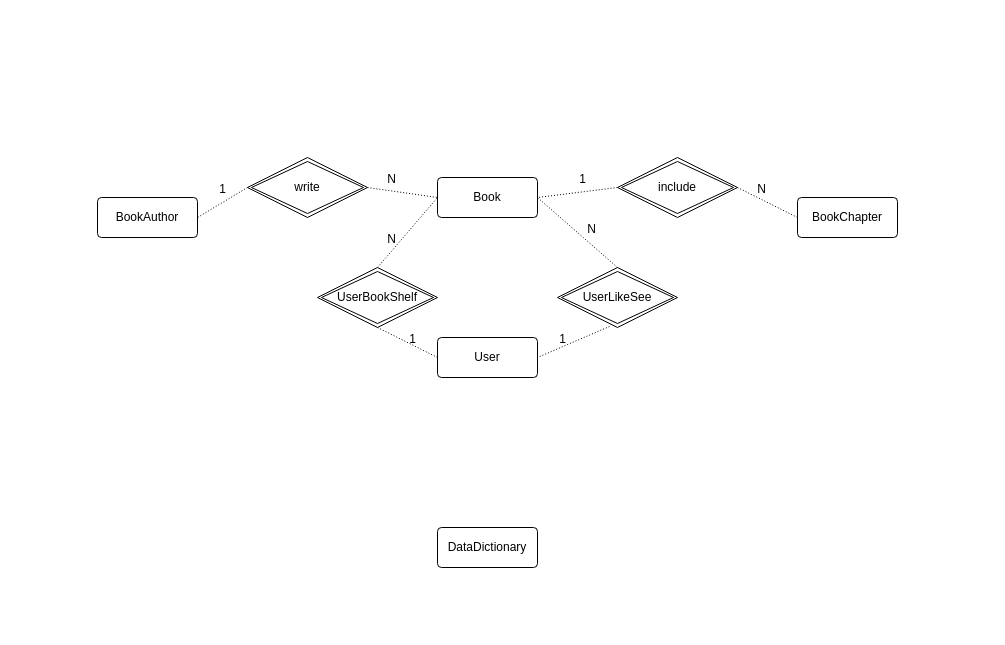
Above: 书与账户ER图.drawio in JanDavi/ostep-code (draw.io), before the change. Source tidied: cells renumbered, new cells numbered last; positions are measured from the earlier drawing's top-left corner, leaving out a move shared by most shapes. Both pictures are drawn from the tidied source at 100%, with x=0, y=0 at pixel (97, 157).
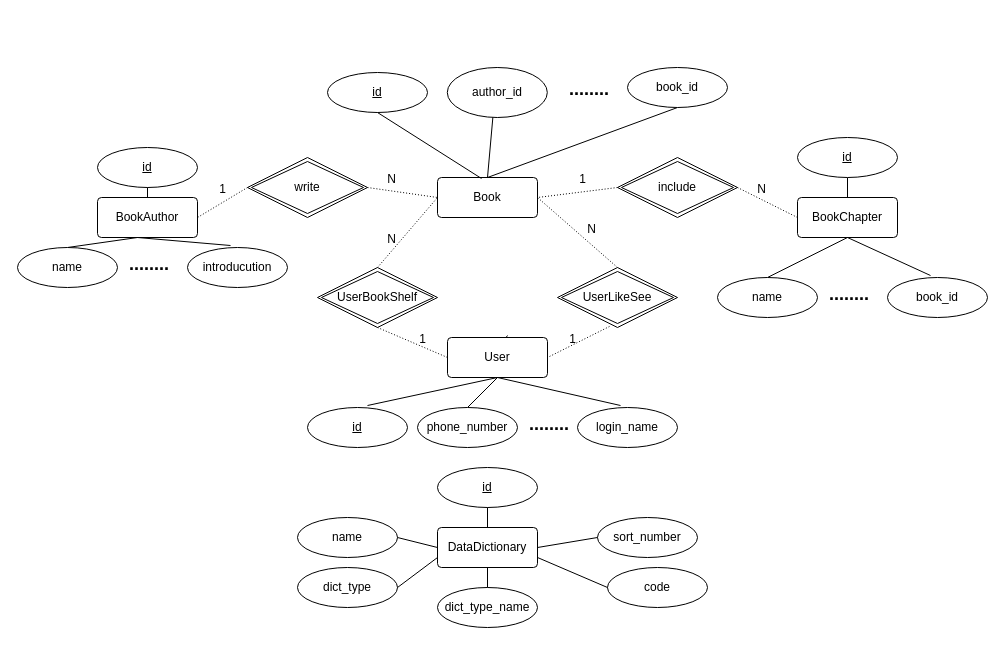
The same page after the edit.

Commit message (it also covers changes not shown here):
更新书与账户ER图.drawio

The change refers to these unchanged cells:
```xml
<mxCell id="2" value="DataDictionary" style="rounded=1;arcSize=10;whiteSpace=wrap;html=1;align=center;" parent="1" vertex="1">
  <mxGeometry x="340" y="370" width="100" height="40" as="geometry" />
</mxCell>
<mxCell id="4" value="BookChapter" style="rounded=1;arcSize=10;whiteSpace=wrap;html=1;align=center;" parent="1" vertex="1">
  <mxGeometry x="700" y="40" width="100" height="40" as="geometry" />
</mxCell>
<mxCell id="5" value="Book" style="rounded=1;arcSize=10;whiteSpace=wrap;html=1;align=center;" parent="1" vertex="1">
  <mxGeometry x="340" y="20" width="100" height="40" as="geometry" />
</mxCell>
<mxCell id="6" value="BookAuthor" style="rounded=1;arcSize=10;whiteSpace=wrap;html=1;align=center;" parent="1" vertex="1">
  <mxGeometry y="40" width="100" height="40" as="geometry" />
</mxCell>
```

What changed in the source:
```diff
@@
-    <mxCell id="3" value="User" style="rounded=1;arcSize=10;whiteSpace=wrap;html=1;align=center;" parent="1" vertex="1">
-      <mxGeometry x="340" y="180" width="100" height="40" as="geometry" />
-    </mxCell>
@@
+    <mxCell id="27" value="dict_type" style="ellipse;whiteSpace=wrap;html=1;align=center;" parent="1" vertex="1">
+      <mxGeometry x="200" y="410" width="100" height="40" as="geometry" />
+    </mxCell>
+    <mxCell id="28" value="id&lt;br&gt;" style="ellipse;whiteSpace=wrap;html=1;align=center;fontStyle=4;" parent="1" vertex="1">
+      <mxGeometry x="340" y="310" width="100" height="40" as="geometry" />
+    </mxCell>
+    <mxCell id="29" value="dict_type_name" style="ellipse;whiteSpace=wrap;html=1;align=center;" parent="1" vertex="1">
+      <mxGeometry x="340" y="430" width="100" height="40" as="geometry" />
+    </mxCell>
+    <mxCell id="30" value="code" style="ellipse;whiteSpace=wrap;html=1;align=center;" parent="1" vertex="1">
+      <mxGeometry x="510" y="410" width="100" height="40" as="geometry" />
+    </mxCell>
+    <mxCell id="31" value="name" style="ellipse;whiteSpace=wrap;html=1;align=center;" parent="1" vertex="1">
+      <mxGeometry x="200" y="360" width="100" height="40" as="geometry" />
+    </mxCell>
+    <mxCell id="32" value="sort_number" style="ellipse;whiteSpace=wrap;html=1;align=center;" parent="1" vertex="1">
+      <mxGeometry x="500" y="360" width="100" height="40" as="geometry" />
+    </mxCell>
+    <mxCell id="33" style="endArrow=none;html=1;rounded=0;exitX=0.6;exitY=-0.05;exitDx=0;exitDy=0;exitPerimeter=0;" parent="1" edge="1" source="3">
+      <mxGeometry relative="1" as="geometry">
+        <mxPoint x="380" y="220" as="targetPoint" />
+      </mxGeometry>
+    </mxCell>
+    <mxCell id="34" style="html=1;whiteSpace=wrap;align=right;verticalAlign=bottom;" parent="33" vertex="1">
+      <mxGeometry x="1" relative="1" as="geometry" />
+    </mxCell>
+    <mxCell id="35" style="endArrow=none;html=1;rounded=0;entryX=0;entryY=0.5;entryDx=0;entryDy=0;exitX=1;exitY=0.75;exitDx=0;exitDy=0;" parent="1" edge="1" source="2" target="30">
+      <mxGeometry relative="1" as="geometry" />
+    </mxCell>
+    <mxCell id="36" style="html=1;whiteSpace=wrap;align=left;verticalAlign=bottom;" parent="35" vertex="1">
+      <mxGeometry x="-1" relative="1" as="geometry" />
+    </mxCell>
+    <mxCell id="37" style="html=1;whiteSpace=wrap;align=right;verticalAlign=bottom;" parent="35" vertex="1">
+      <mxGeometry x="1" relative="1" as="geometry" />
+    </mxCell>
+    <mxCell id="38" style="endArrow=none;html=1;rounded=0;entryX=0;entryY=0.5;entryDx=0;entryDy=0;" parent="1" edge="1" target="2">
+      <mxGeometry relative="1" as="geometry">
+        <mxPoint x="300" y="380" as="sourcePoint" />
+      </mxGeometry>
+    </mxCell>
+    <mxCell id="39" style="html=1;whiteSpace=wrap;align=left;verticalAlign=bottom;" parent="38" vertex="1">
+      <mxGeometry x="-1" relative="1" as="geometry" />
+    </mxCell>
+    <mxCell id="40" style="html=1;whiteSpace=wrap;align=right;verticalAlign=bottom;" parent="38" vertex="1">
+      <mxGeometry x="1" relative="1" as="geometry" />
+    </mxCell>
+    <mxCell id="41" style="endArrow=none;html=1;rounded=0;entryX=0.5;entryY=0;entryDx=0;entryDy=0;exitX=0.5;exitY=1;exitDx=0;exitDy=0;" parent="1" edge="1" source="28" target="2">
+      <mxGeometry relative="1" as="geometry" />
+    </mxCell>
+    <mxCell id="42" style="html=1;whiteSpace=wrap;align=left;verticalAlign=bottom;" parent="41" vertex="1">
+      <mxGeometry x="-1" relative="1" as="geometry" />
+    </mxCell>
+    <mxCell id="43" style="html=1;whiteSpace=wrap;align=right;verticalAlign=bottom;" parent="41" vertex="1">
+      <mxGeometry x="1" relative="1" as="geometry" />
+    </mxCell>
+    <mxCell id="44" style="endArrow=none;html=1;rounded=0;entryX=0;entryY=0.5;entryDx=0;entryDy=0;exitX=1;exitY=0.5;exitDx=0;exitDy=0;" parent="1" edge="1" source="2" target="32">
+      <mxGeometry relative="1" as="geometry" />
+    </mxCell>
+    <mxCell id="45" style="html=1;whiteSpace=wrap;align=left;verticalAlign=bottom;" parent="44" vertex="1">
+      <mxGeometry x="-1" relative="1" as="geometry" />
+    </mxCell>
+    <mxCell id="46" style="html=1;whiteSpace=wrap;align=right;verticalAlign=bottom;" parent="44" vertex="1">
+      <mxGeometry x="1" relative="1" as="geometry" />
+    </mxCell>
+    <mxCell id="47" style="endArrow=none;html=1;rounded=0;entryX=1;entryY=0.5;entryDx=0;entryDy=0;exitX=0;exitY=0.75;exitDx=0;exitDy=0;" parent="1" edge="1" source="2" target="27">
+      <mxGeometry relative="1" as="geometry" />
+    </mxCell>
+    <mxCell id="48" style="html=1;whiteSpace=wrap;align=left;verticalAlign=bottom;" parent="47" vertex="1">
+      <mxGeometry x="-1" relative="1" as="geometry" />
+    </mxCell>
+    <mxCell id="49" style="html=1;whiteSpace=wrap;align=right;verticalAlign=bottom;" parent="47" vertex="1">
+      <mxGeometry x="1" relative="1" as="geometry" />
+    </mxCell>
+    <mxCell id="50" style="endArrow=none;html=1;rounded=0;entryX=0.5;entryY=0;entryDx=0;entryDy=0;" parent="1" edge="1" target="29">
+      <mxGeometry relative="1" as="geometry">
+        <mxPoint x="390" y="410" as="sourcePoint" />
+      </mxGeometry>
+    </mxCell>
+    <mxCell id="51" style="html=1;whiteSpace=wrap;align=left;verticalAlign=bottom;" parent="50" vertex="1">
+      <mxGeometry x="-1" relative="1" as="geometry" />
+    </mxCell>
+    <mxCell id="52" style="html=1;whiteSpace=wrap;align=right;verticalAlign=bottom;" parent="50" vertex="1">
+      <mxGeometry x="1" relative="1" as="geometry" />
+    </mxCell>
+    <mxCell id="53" value="id&lt;br&gt;" style="ellipse;whiteSpace=wrap;html=1;align=center;fontStyle=4;" parent="1" vertex="1">
+      <mxGeometry x="210" y="250" width="100" height="40" as="geometry" />
+    </mxCell>
+    <mxCell id="54" style="endArrow=none;html=1;rounded=0;exitX=0.5;exitY=0;exitDx=0;exitDy=0;entryX=0.5;entryY=1;entryDx=0;entryDy=0;" parent="1" edge="1" source="63" target="3">
+      <mxGeometry relative="1" as="geometry" />
+    </mxCell>
+    <mxCell id="55" style="html=1;whiteSpace=wrap;align=left;verticalAlign=bottom;" parent="54" vertex="1">
+      <mxGeometry x="-1" relative="1" as="geometry" />
+    </mxCell>
+    <mxCell id="56" style="html=1;whiteSpace=wrap;align=right;verticalAlign=bottom;" parent="54" vertex="1">
+      <mxGeometry x="1" relative="1" as="geometry" />
+    </mxCell>
+    <mxCell id="57" style="endArrow=none;html=1;rounded=0;exitX=0.5;exitY=1;exitDx=0;exitDy=0;entryX=0.43;entryY=-0.05;entryDx=0;entryDy=0;entryPerimeter=0;" parent="1" edge="1" source="3" target="64">
+      <mxGeometry relative="1" as="geometry" />
+    </mxCell>
+    <mxCell id="58" style="html=1;whiteSpace=wrap;align=left;verticalAlign=bottom;" parent="57" vertex="1">
+      <mxGeometry x="-1" relative="1" as="geometry" />
+    </mxCell>
+    <mxCell id="59" style="html=1;whiteSpace=wrap;align=right;verticalAlign=bottom;" parent="57" vertex="1">
+      <mxGeometry x="1" relative="1" as="geometry" />
+    </mxCell>
+    <mxCell id="60" style="endArrow=none;html=1;rounded=0;exitX=0.5;exitY=1;exitDx=0;exitDy=0;" parent="1" edge="1" source="101" target="4">
+      <mxGeometry relative="1" as="geometry" />
+    </mxCell>
+    <mxCell id="61" style="html=1;whiteSpace=wrap;align=left;verticalAlign=bottom;" parent="60" vertex="1">
+      <mxGeometry x="-1" relative="1" as="geometry" />
+    </mxCell>
+    <mxCell id="62" style="html=1;whiteSpace=wrap;align=right;verticalAlign=bottom;" parent="60" vertex="1">
+      <mxGeometry x="1" relative="1" as="geometry" />
+    </mxCell>
+    <mxCell id="63" value="phone_number" style="ellipse;whiteSpace=wrap;html=1;align=center;" parent="1" vertex="1">
+      <mxGeometry x="320" y="250" width="100" height="40" as="geometry" />
+    </mxCell>
+    <mxCell id="64" value="login_name" style="ellipse;whiteSpace=wrap;html=1;align=center;" parent="1" vertex="1">
+      <mxGeometry x="480" y="250" width="100" height="40" as="geometry" />
+    </mxCell>
+    <mxCell id="65" value="&lt;font style=&quot;font-size: 18px;&quot;&gt;&lt;b&gt;........&lt;/b&gt;&lt;/font&gt;" style="text;whiteSpace=wrap;html=1;" parent="1" vertex="1">
+      <mxGeometry x="430" y="250" width="40" height="10" as="geometry" />
+    </mxCell>
+    <mxCell id="66" style="endArrow=none;html=1;rounded=0;exitX=0.6;exitY=-0.05;exitDx=0;exitDy=0;exitPerimeter=0;entryX=0.5;entryY=1;entryDx=0;entryDy=0;" parent="1" edge="1" source="53" target="3">
+      <mxGeometry relative="1" as="geometry" />
+    </mxCell>
+    <mxCell id="67" style="html=1;whiteSpace=wrap;align=left;verticalAlign=bottom;" parent="66" vertex="1">
+      <mxGeometry x="-1" relative="1" as="geometry" />
+    </mxCell>
+    <mxCell id="3" value="User" style="rounded=1;arcSize=10;whiteSpace=wrap;html=1;align=center;" parent="1" vertex="1">
+      <mxGeometry x="350" y="180" width="100" height="40" as="geometry" />
+    </mxCell>
+    <mxCell id="68" style="html=1;whiteSpace=wrap;align=right;verticalAlign=bottom;" parent="1" vertex="1">
+      <mxGeometry x="179.8" y="140" as="geometry" />
+    </mxCell>
+    <mxCell id="69" value="id&lt;br&gt;" style="ellipse;whiteSpace=wrap;html=1;align=center;fontStyle=4;" parent="1" vertex="1">
+      <mxGeometry y="-10" width="100" height="40" as="geometry" />
+    </mxCell>
+    <mxCell id="70" style="endArrow=none;html=1;rounded=0;exitX=0.5;exitY=0;exitDx=0;exitDy=0;" parent="1" edge="1" source="76">
+      <mxGeometry relative="1" as="geometry">
+        <mxPoint x="40" y="80" as="targetPoint" />
+      </mxGeometry>
+    </mxCell>
+    <mxCell id="71" style="html=1;whiteSpace=wrap;align=left;verticalAlign=bottom;" parent="70" vertex="1">
+      <mxGeometry x="-1" relative="1" as="geometry" />
+    </mxCell>
+    <mxCell id="72" style="html=1;whiteSpace=wrap;align=right;verticalAlign=bottom;" parent="70" vertex="1">
+      <mxGeometry x="1" relative="1" as="geometry" />
+    </mxCell>
+    <mxCell id="73" style="endArrow=none;html=1;rounded=0;entryX=0.43;entryY=-0.05;entryDx=0;entryDy=0;entryPerimeter=0;" parent="1" edge="1" target="77">
+      <mxGeometry relative="1" as="geometry">
+        <mxPoint x="40" y="80" as="sourcePoint" />
+      </mxGeometry>
+    </mxCell>
+    <mxCell id="74" style="html=1;whiteSpace=wrap;align=left;verticalAlign=bottom;" parent="73" vertex="1">
+      <mxGeometry x="-1" relative="1" as="geometry" />
+    </mxCell>
+    <mxCell id="75" style="html=1;whiteSpace=wrap;align=right;verticalAlign=bottom;" parent="73" vertex="1">
+      <mxGeometry x="1" relative="1" as="geometry" />
+    </mxCell>
+    <mxCell id="76" value="name" style="ellipse;whiteSpace=wrap;html=1;align=center;" parent="1" vertex="1">
+      <mxGeometry x="-80" y="90" width="100" height="40" as="geometry" />
+    </mxCell>
+    <mxCell id="77" value="introducution" style="ellipse;whiteSpace=wrap;html=1;align=center;" parent="1" vertex="1">
+      <mxGeometry x="90" y="90" width="100" height="40" as="geometry" />
+    </mxCell>
+    <mxCell id="78" style="endArrow=none;html=1;rounded=0;exitX=0.5;exitY=1;exitDx=0;exitDy=0;entryX=0.5;entryY=0;entryDx=0;entryDy=0;" parent="1" edge="1" source="69" target="6">
+      <mxGeometry relative="1" as="geometry" />
+    </mxCell>
+    <mxCell id="79" style="html=1;whiteSpace=wrap;align=left;verticalAlign=bottom;" parent="78" vertex="1">
+      <mxGeometry x="-1" relative="1" as="geometry" />
+    </mxCell>
+    <mxCell id="80" style="html=1;whiteSpace=wrap;align=right;verticalAlign=bottom;" parent="1" vertex="1">
+      <mxGeometry x="449.8" y="-139.7" as="geometry" />
+    </mxCell>
+    <mxCell id="81" value="id&lt;br&gt;" style="ellipse;whiteSpace=wrap;html=1;align=center;fontStyle=4;" parent="1" vertex="1">
+      <mxGeometry x="230" y="-85" width="100" height="40" as="geometry" />
+    </mxCell>
+    <mxCell id="82" style="endArrow=none;html=1;rounded=0;exitX=0.5;exitY=0;exitDx=0;exitDy=0;" parent="1" edge="1" source="88">
+      <mxGeometry relative="1" as="geometry">
+        <mxPoint x="390" y="20" as="targetPoint" />
+      </mxGeometry>
+    </mxCell>
+    <mxCell id="83" style="html=1;whiteSpace=wrap;align=left;verticalAlign=bottom;" parent="82" vertex="1">
+      <mxGeometry x="-1" relative="1" as="geometry" />
+    </mxCell>
+    <mxCell id="84" style="html=1;whiteSpace=wrap;align=right;verticalAlign=bottom;" parent="82" vertex="1">
+      <mxGeometry x="1" relative="1" as="geometry" />
+    </mxCell>
+    <mxCell id="85" style="endArrow=none;html=1;rounded=0;exitX=0.5;exitY=0;exitDx=0;exitDy=0;entryX=0.5;entryY=1;entryDx=0;entryDy=0;" parent="1" edge="1" source="5" target="89">
+      <mxGeometry relative="1" as="geometry" />
+    </mxCell>
+    <mxCell id="86" style="html=1;whiteSpace=wrap;align=left;verticalAlign=bottom;" parent="85" vertex="1">
+      <mxGeometry x="-1" relative="1" as="geometry" />
+    </mxCell>
+    <mxCell id="87" style="html=1;whiteSpace=wrap;align=right;verticalAlign=bottom;" parent="85" vertex="1">
+      <mxGeometry x="1" relative="1" as="geometry" />
+    </mxCell>
+    <mxCell id="88" value="author_id" style="ellipse;whiteSpace=wrap;html=1;align=center;" parent="1" vertex="1">
+      <mxGeometry x="349.8" y="-90" width="100" height="50" as="geometry" />
+    </mxCell>
+    <mxCell id="89" value="book_id" style="ellipse;whiteSpace=wrap;html=1;align=center;" parent="1" vertex="1">
+      <mxGeometry x="530" y="-90" width="100" height="40" as="geometry" />
+    </mxCell>
+    <mxCell id="90" value="&lt;font style=&quot;font-size: 18px;&quot;&gt;&lt;b&gt;........&lt;/b&gt;&lt;/font&gt;" style="text;whiteSpace=wrap;html=1;" parent="1" vertex="1">
+      <mxGeometry x="470" y="-85" width="40" height="10" as="geometry" />
+    </mxCell>
+    <mxCell id="91" style="endArrow=none;html=1;rounded=0;exitX=0.5;exitY=1;exitDx=0;exitDy=0;entryX=0.44;entryY=0.025;entryDx=0;entryDy=0;entryPerimeter=0;" parent="1" edge="1" source="81" target="5">
+      <mxGeometry relative="1" as="geometry" />
+    </mxCell>
+    <mxCell id="92" style="html=1;whiteSpace=wrap;align=left;verticalAlign=bottom;" parent="91" vertex="1">
+      <mxGeometry x="-1" relative="1" as="geometry" />
+    </mxCell>
+    <mxCell id="93" style="endArrow=none;html=1;rounded=0;exitX=0.5;exitY=0;exitDx=0;exitDy=0;entryX=0.5;entryY=1;entryDx=0;entryDy=0;" parent="1" edge="1" source="99" target="4">
+      <mxGeometry relative="1" as="geometry" />
+    </mxCell>
+    <mxCell id="94" style="html=1;whiteSpace=wrap;align=left;verticalAlign=bottom;" parent="93" vertex="1">
+      <mxGeometry x="-1" relative="1" as="geometry" />
+    </mxCell>
+    <mxCell id="95" style="html=1;whiteSpace=wrap;align=right;verticalAlign=bottom;" parent="93" vertex="1">
+      <mxGeometry x="1" relative="1" as="geometry" />
+    </mxCell>
+    <mxCell id="96" style="endArrow=none;html=1;rounded=0;entryX=0.43;entryY=-0.05;entryDx=0;entryDy=0;entryPerimeter=0;exitX=0.5;exitY=1;exitDx=0;exitDy=0;" parent="1" edge="1" source="4" target="100">
+      <mxGeometry relative="1" as="geometry" />
+    </mxCell>
+    <mxCell id="97" style="html=1;whiteSpace=wrap;align=left;verticalAlign=bottom;" parent="96" vertex="1">
+      <mxGeometry x="-1" relative="1" as="geometry" />
+    </mxCell>
+    <mxCell id="98" style="html=1;whiteSpace=wrap;align=right;verticalAlign=bottom;" parent="96" vertex="1">
+      <mxGeometry x="1" relative="1" as="geometry" />
+    </mxCell>
+    <mxCell id="99" value="name" style="ellipse;whiteSpace=wrap;html=1;align=center;" parent="1" vertex="1">
+      <mxGeometry x="620" y="120" width="100" height="40" as="geometry" />
+    </mxCell>
+    <mxCell id="100" value="book_id" style="ellipse;whiteSpace=wrap;html=1;align=center;" parent="1" vertex="1">
+      <mxGeometry x="790" y="120" width="100" height="40" as="geometry" />
+    </mxCell>
+    <mxCell id="101" value="id&lt;br&gt;" style="ellipse;whiteSpace=wrap;html=1;align=center;fontStyle=4;" parent="1" vertex="1">
+      <mxGeometry x="700" y="-20" width="100" height="40" as="geometry" />
+    </mxCell>
+    <mxCell id="102" value="&lt;font style=&quot;font-size: 18px;&quot;&gt;&lt;b&gt;........&lt;/b&gt;&lt;/font&gt;" style="text;whiteSpace=wrap;html=1;" parent="1" vertex="1">
+      <mxGeometry x="30" y="90" width="40" height="10" as="geometry" />
+    </mxCell>
+    <mxCell id="103" value="&lt;font style=&quot;font-size: 18px;&quot;&gt;&lt;b&gt;........&lt;/b&gt;&lt;/font&gt;" style="text;whiteSpace=wrap;html=1;" parent="1" vertex="1">
+      <mxGeometry x="730" y="120" width="40" height="10" as="geometry" />
+    </mxCell>
```
